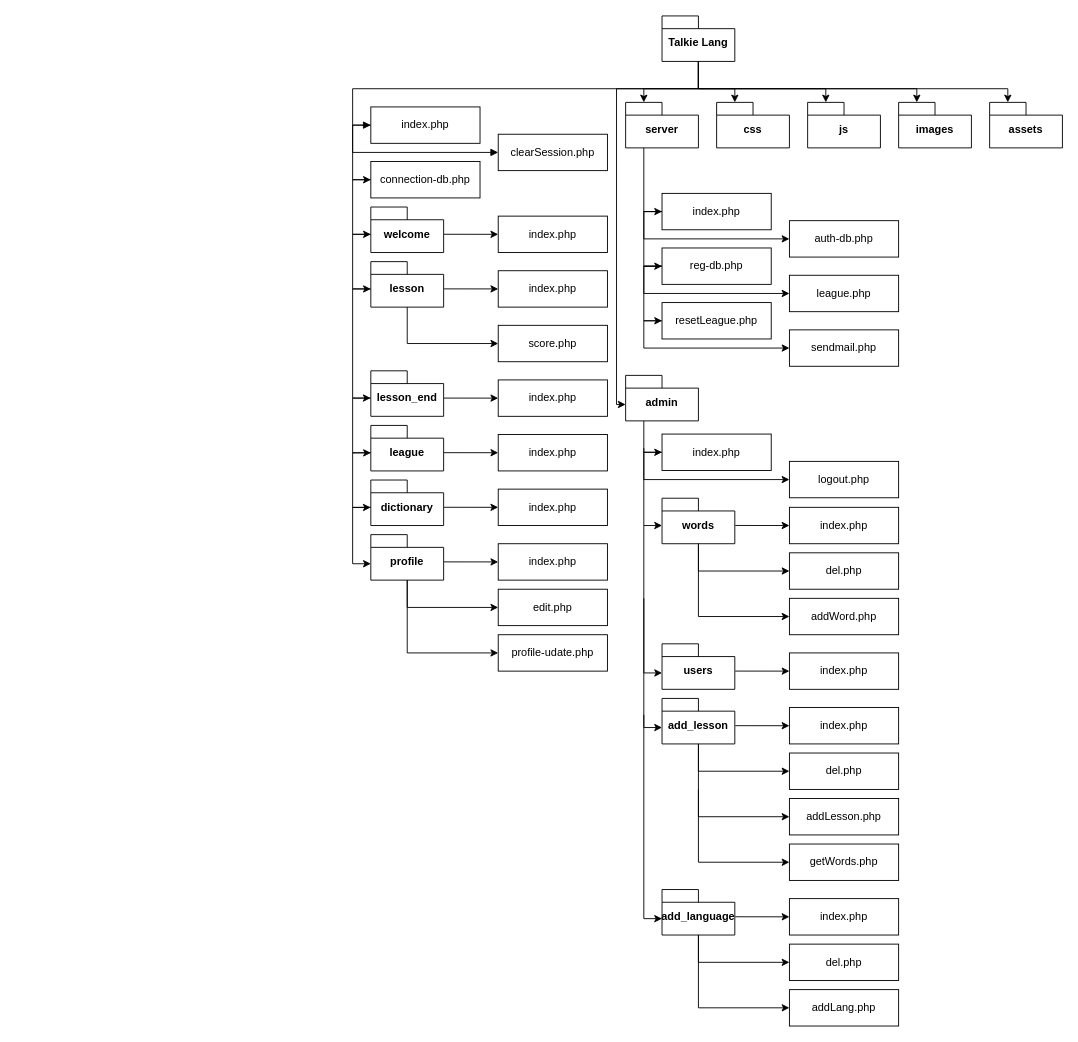
This is docs/КУРСАЧ/Курсач/Икбаев Рамазан/структура сайта.drawio from Under-The-Bridge/Talkie-Lang, a draw.io file, before an edit. Source tidied: cells renumbered, new cells numbered last; positions are measured from the earlier drawing's top-left corner, leaving out a move shared by most shapes. Both pictures are drawn from the tidied source at 91%, with x=0, y=0 at pixel (352, 15).
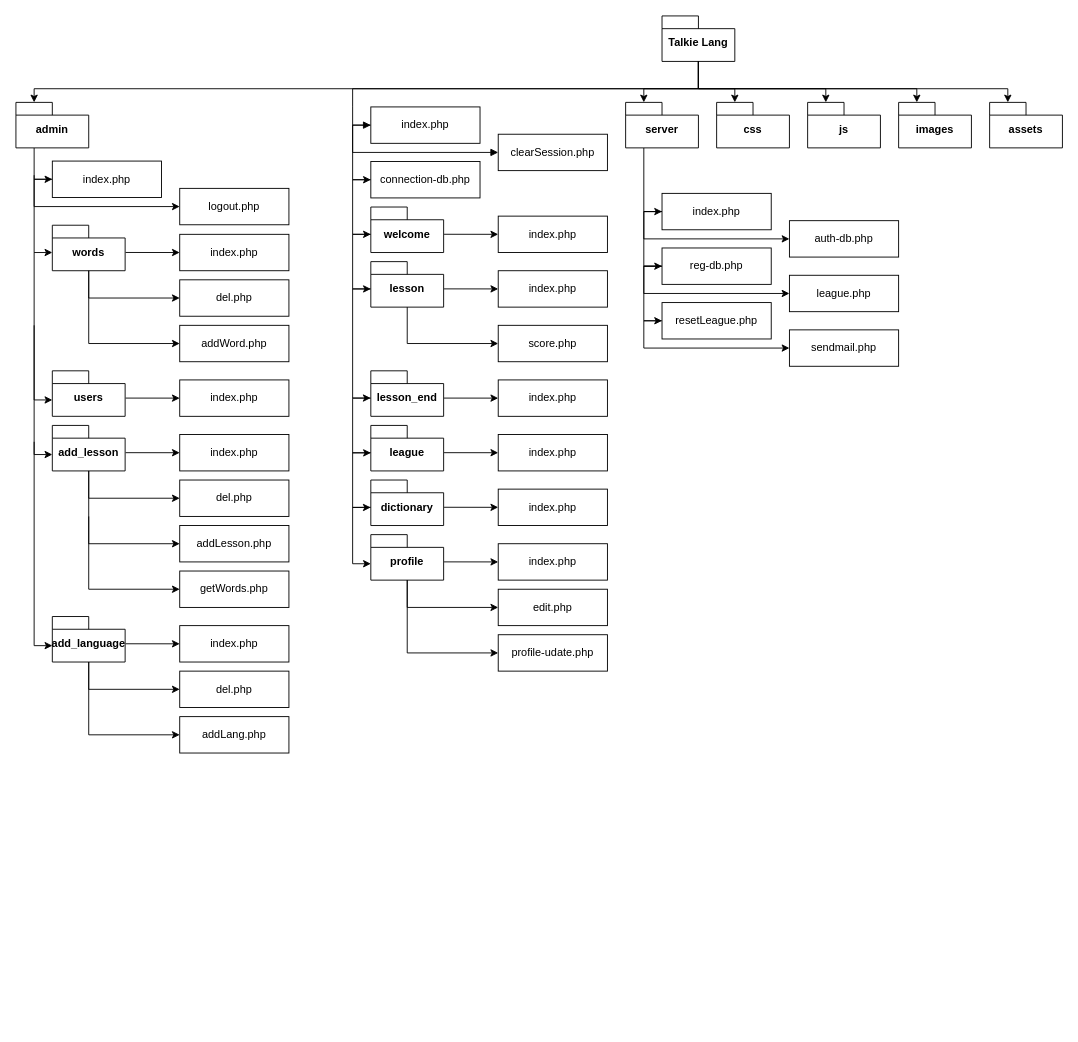
The same diagram, later.

Unchanged cells that the change refers to:
```xml
<mxCell id="2" value="Talkie Lang" style="shape=folder;fontStyle=1;spacingTop=10;tabWidth=40;tabHeight=14;tabPosition=left;html=1;whiteSpace=wrap;" parent="1" vertex="1">
  <mxGeometry x="340" width="80" height="50" as="geometry" />
</mxCell>
```

Diff of the diagram source:
```diff
@@
     <mxCell id="56" style="edgeStyle=orthogonalEdgeStyle;rounded=0;jettySize=auto;html=1;entryX=0;entryY=0.5;entryDx=0;entryDy=0;" parent="1" edge="1" source="57" target="59">
       <mxGeometry relative="1" as="geometry">
         <Array as="points">
-          <mxPoint x="320" y="480" />
-          <mxPoint x="340" y="480" />
+          <mxPoint x="-350" y="180" />
+          <mxPoint x="-330" y="180" />
         </Array>
       </mxGeometry>
     </mxCell>
     <mxCell id="57" value="admin" style="shape=folder;fontStyle=1;spacingTop=10;tabWidth=40;tabHeight=14;tabPosition=left;html=1;whiteSpace=wrap;" parent="1" vertex="1">
-      <mxGeometry x="300" y="395" width="80" height="50" as="geometry" />
+      <mxGeometry x="-370" y="95" width="80" height="50" as="geometry" />
     </mxCell>
     <mxCell id="58" style="edgeStyle=orthogonalEdgeStyle;rounded=0;jettySize=auto;html=1;entryX=0;entryY=0.5;entryDx=0;entryDy=0;" parent="1" edge="1" source="59" target="60">
       <mxGeometry relative="1" as="geometry">
         <Array as="points">
-          <mxPoint x="320" y="479.5" />
-          <mxPoint x="320" y="509.5" />
+          <mxPoint x="-350" y="179.5" />
+          <mxPoint x="-350" y="209.5" />
         </Array>
       </mxGeometry>
     </mxCell>
     <mxCell id="59" value="index.php" style="rounded=0;whiteSpace=wrap;html=1;" parent="1" vertex="1">
-      <mxGeometry x="340" y="459.5" width="120" height="40" as="geometry" />
+      <mxGeometry x="-330" y="159.5" width="120" height="40" as="geometry" />
     </mxCell>
     <mxCell id="60" value="logout.php" style="rounded=0;whiteSpace=wrap;html=1;" parent="1" vertex="1">
-      <mxGeometry x="480" y="489.5" width="120" height="40" as="geometry" />
+      <mxGeometry x="-190" y="189.5" width="120" height="40" as="geometry" />
     </mxCell>
@@
     <mxCell id="63" value="words" style="shape=folder;fontStyle=1;spacingTop=10;tabWidth=40;tabHeight=14;tabPosition=left;html=1;whiteSpace=wrap;" parent="1" vertex="1">
-      <mxGeometry x="340" y="530" width="80" height="50" as="geometry" />
+      <mxGeometry x="-330" y="230" width="80" height="50" as="geometry" />
     </mxCell>
     <mxCell id="64" value="index.php" style="rounded=0;whiteSpace=wrap;html=1;" parent="1" vertex="1">
-      <mxGeometry x="480" y="540" width="120" height="40" as="geometry" />
+      <mxGeometry x="-190" y="240" width="120" height="40" as="geometry" />
     </mxCell>
@@
     <mxCell id="66" value="del.php" style="rounded=0;whiteSpace=wrap;html=1;" parent="1" vertex="1">
-      <mxGeometry x="480" y="590" width="120" height="40" as="geometry" />
+      <mxGeometry x="-190" y="290" width="120" height="40" as="geometry" />
     </mxCell>
     <mxCell id="67" style="edgeStyle=orthogonalEdgeStyle;rounded=0;jettySize=auto;html=1;entryX=0;entryY=0.5;entryDx=0;entryDy=0;" parent="1" edge="1" source="63" target="68">
       <mxGeometry relative="1" as="geometry">
         <Array as="points">
-          <mxPoint x="380" y="660" />
+          <mxPoint x="-290" y="360" />
         </Array>
       </mxGeometry>
     </mxCell>
     <mxCell id="68" value="addWord.php" style="rounded=0;whiteSpace=wrap;html=1;" parent="1" vertex="1">
-      <mxGeometry x="480" y="640" width="120" height="40" as="geometry" />
+      <mxGeometry x="-190" y="340" width="120" height="40" as="geometry" />
     </mxCell>
@@
     <mxCell id="70" value="users" style="shape=folder;fontStyle=1;spacingTop=10;tabWidth=40;tabHeight=14;tabPosition=left;html=1;whiteSpace=wrap;" parent="1" vertex="1">
-      <mxGeometry x="340" y="690" width="80" height="50" as="geometry" />
+      <mxGeometry x="-330" y="390" width="80" height="50" as="geometry" />
     </mxCell>
     <mxCell id="71" value="index.php" style="rounded=0;whiteSpace=wrap;html=1;" parent="1" vertex="1">
-      <mxGeometry x="480" y="700" width="120" height="40" as="geometry" />
+      <mxGeometry x="-190" y="400" width="120" height="40" as="geometry" />
     </mxCell>
@@
     <mxCell id="73" value="add_lesson" style="shape=folder;fontStyle=1;spacingTop=10;tabWidth=40;tabHeight=14;tabPosition=left;html=1;whiteSpace=wrap;" parent="1" vertex="1">
-      <mxGeometry x="340" y="750" width="80" height="50" as="geometry" />
+      <mxGeometry x="-330" y="450" width="80" height="50" as="geometry" />
     </mxCell>
     <mxCell id="74" value="index.php" style="rounded=0;whiteSpace=wrap;html=1;" parent="1" vertex="1">
-      <mxGeometry x="480" y="760" width="120" height="40" as="geometry" />
+      <mxGeometry x="-190" y="460" width="120" height="40" as="geometry" />
     </mxCell>
@@
     <mxCell id="76" value="del.php" style="rounded=0;whiteSpace=wrap;html=1;" parent="1" vertex="1">
-      <mxGeometry x="480" y="810" width="120" height="40" as="geometry" />
+      <mxGeometry x="-190" y="510" width="120" height="40" as="geometry" />
     </mxCell>
     <mxCell id="77" style="edgeStyle=orthogonalEdgeStyle;rounded=0;jettySize=auto;html=1;entryX=0;entryY=0.5;entryDx=0;entryDy=0;" parent="1" edge="1" source="73" target="78">
       <mxGeometry relative="1" as="geometry">
         <Array as="points">
-          <mxPoint x="380" y="880" />
+          <mxPoint x="-290" y="580" />
         </Array>
       </mxGeometry>
     </mxCell>
     <mxCell id="78" value="addLesson.php" style="rounded=0;whiteSpace=wrap;html=1;" parent="1" vertex="1">
-      <mxGeometry x="480" y="860" width="120" height="40" as="geometry" />
+      <mxGeometry x="-190" y="560" width="120" height="40" as="geometry" />
     </mxCell>
     <mxCell id="79" style="edgeStyle=orthogonalEdgeStyle;rounded=0;jettySize=auto;html=1;entryX=0;entryY=0.5;entryDx=0;entryDy=0;" parent="1" edge="1" target="80">
       <mxGeometry relative="1" as="geometry">
-        <mxPoint x="380" y="850" as="sourcePoint" />
+        <mxPoint x="-290" y="550" as="sourcePoint" />
         <Array as="points">
-          <mxPoint x="380" y="930" />
+          <mxPoint x="-290" y="630" />
         </Array>
       </mxGeometry>
     </mxCell>
     <mxCell id="80" value="getWords.php" style="rounded=0;whiteSpace=wrap;html=1;" parent="1" vertex="1">
-      <mxGeometry x="480" y="910" width="120" height="40" as="geometry" />
+      <mxGeometry x="-190" y="610" width="120" height="40" as="geometry" />
     </mxCell>
@@
     <mxCell id="82" value="add_language" style="shape=folder;fontStyle=1;spacingTop=10;tabWidth=40;tabHeight=14;tabPosition=left;html=1;whiteSpace=wrap;" parent="1" vertex="1">
-      <mxGeometry x="340" y="960" width="80" height="50" as="geometry" />
+      <mxGeometry x="-330" y="660" width="80" height="50" as="geometry" />
     </mxCell>
     <mxCell id="83" value="index.php" style="rounded=0;whiteSpace=wrap;html=1;" parent="1" vertex="1">
-      <mxGeometry x="480" y="970" width="120" height="40" as="geometry" />
+      <mxGeometry x="-190" y="670" width="120" height="40" as="geometry" />
     </mxCell>
@@
     <mxCell id="85" value="del.php" style="rounded=0;whiteSpace=wrap;html=1;" parent="1" vertex="1">
-      <mxGeometry x="480" y="1020" width="120" height="40" as="geometry" />
+      <mxGeometry x="-190" y="720" width="120" height="40" as="geometry" />
     </mxCell>
     <mxCell id="86" style="edgeStyle=orthogonalEdgeStyle;rounded=0;jettySize=auto;html=1;entryX=0;entryY=0.5;entryDx=0;entryDy=0;" parent="1" edge="1" source="82" target="87">
       <mxGeometry relative="1" as="geometry">
         <Array as="points">
-          <mxPoint x="380" y="1090" />
+          <mxPoint x="-290" y="790" />
         </Array>
       </mxGeometry>
     </mxCell>
     <mxCell id="87" value="addLang.php" style="rounded=0;whiteSpace=wrap;html=1;" parent="1" vertex="1">
-      <mxGeometry x="480" y="1070" width="120" height="40" as="geometry" />
+      <mxGeometry x="-190" y="770" width="120" height="40" as="geometry" />
     </mxCell>
     <mxCell id="88" style="edgeStyle=orthogonalEdgeStyle;rounded=0;orthogonalLoop=1;jettySize=auto;html=1;" parent="1" edge="1">
       <mxGeometry relative="1" as="geometry">
-        <mxPoint x="320" y="475" as="sourcePoint" />
-        <mxPoint x="340" y="560" as="targetPoint" />
+        <mxPoint x="-350" y="175" as="sourcePoint" />
+        <mxPoint x="-330" y="260" as="targetPoint" />
         <Array as="points">
-          <mxPoint x="320" y="560" />
-          <mxPoint x="340" y="560" />
+          <mxPoint x="-350" y="260" />
+          <mxPoint x="-330" y="260" />
         </Array>
       </mxGeometry>
     </mxCell>
     <mxCell id="89" style="edgeStyle=orthogonalEdgeStyle;rounded=0;jettySize=auto;html=1;entryX=0;entryY=0;entryDx=0;entryDy=32;entryPerimeter=0;" parent="1" edge="1" target="70">
       <mxGeometry relative="1" as="geometry">
-        <mxPoint x="320" y="560" as="sourcePoint" />
+        <mxPoint x="-350" y="260" as="sourcePoint" />
         <Array as="points">
-          <mxPoint x="320" y="722" />
+          <mxPoint x="-350" y="422" />
         </Array>
       </mxGeometry>
     </mxCell>
     <mxCell id="90" style="edgeStyle=orthogonalEdgeStyle;rounded=0;jettySize=auto;html=1;entryX=0;entryY=0;entryDx=0;entryDy=32;entryPerimeter=0;" parent="1" edge="1" target="73">
       <mxGeometry relative="1" as="geometry">
-        <mxPoint x="320" y="640" as="sourcePoint" />
+        <mxPoint x="-350" y="340" as="sourcePoint" />
         <Array as="points">
-          <mxPoint x="320" y="782" />
+          <mxPoint x="-350" y="482" />
         </Array>
       </mxGeometry>
     </mxCell>
     <mxCell id="91" style="edgeStyle=orthogonalEdgeStyle;rounded=0;jettySize=auto;html=1;entryX=0;entryY=0;entryDx=0;entryDy=32;entryPerimeter=0;" parent="1" edge="1" target="82">
       <mxGeometry relative="1" as="geometry">
-        <mxPoint x="320" y="768" as="sourcePoint" />
+        <mxPoint x="-350" y="468" as="sourcePoint" />
         <Array as="points">
-          <mxPoint x="320" y="992" />
+          <mxPoint x="-350" y="692" />
         </Array>
       </mxGeometry>
     </mxCell>
@@
-    <mxCell id="97" style="edgeStyle=orthogonalEdgeStyle;rounded=0;jettySize=auto;html=1;entryX=0;entryY=0;entryDx=0;entryDy=32;entryPerimeter=0;" parent="1" edge="1" source="2" target="57">
+    <mxCell id="97" style="edgeStyle=orthogonalEdgeStyle;rounded=0;jettySize=auto;html=1;entryX=0;entryY=0;entryDx=20;entryDy=0;entryPerimeter=0;" parent="1" edge="1" source="2" target="57">
       <mxGeometry relative="1" as="geometry">
         <Array as="points">
           <mxPoint x="380" y="80" />
-          <mxPoint x="290" y="80" />
-          <mxPoint x="290" y="427" />
+          <mxPoint x="-350" y="80" />
         </Array>
       </mxGeometry>
     </mxCell>
```
